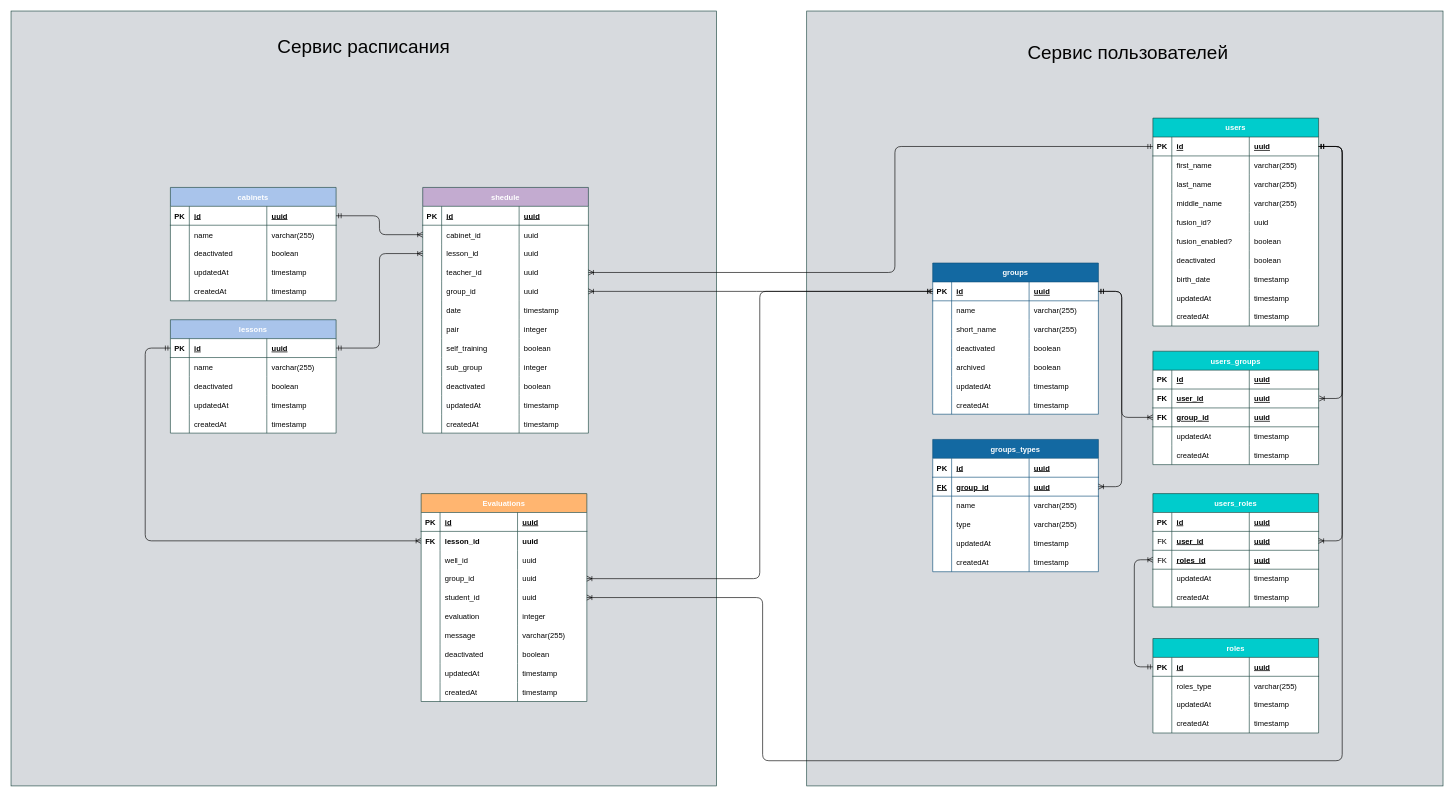
lla1th/personal-account-of-the-educational-institution keeps this draw.io diagram as page "Схема базы данных" (1 of 4) of schema_db_personal_area.drawio. Above is the earlier version. Source tidied: cells renumbered, new cells numbered last; positions are measured from the earlier drawing's top-left corner, leaving out a move shared by most shapes. Both pictures are drawn from the tidied source at 63%, with x=0, y=0 at pixel (11, 11).
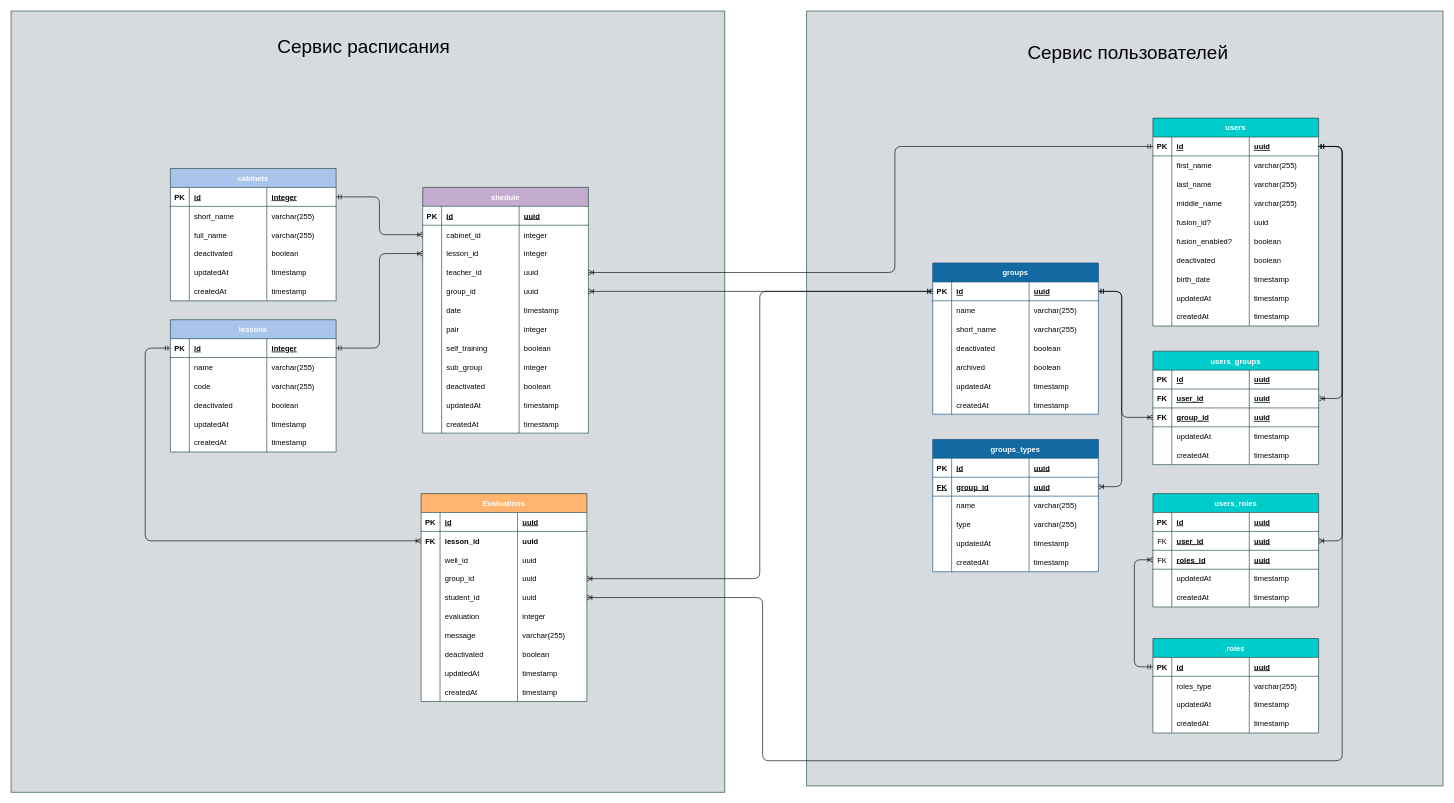
After the change.

Unchanged cells that the change refers to:
```xml
<mxCell id="169" style="shape=partialRectangle;fillColor=none;top=0;left=0;bottom=0;right=0;points=[[0,0.5],[1,0.5]];portConstraint=eastwest;shadow=0;fontColor=#030303;strokeColor=#000000;" parent="164" vertex="1">
  <mxGeometry y="60" width="263" height="30" as="geometry" />
</mxCell>
<mxCell id="173" style="shape=partialRectangle;fillColor=none;top=0;left=0;bottom=0;right=0;points=[[0,0.5],[1,0.5]];portConstraint=eastwest;shadow=0;fontColor=#030303;strokeColor=#000000;" parent="164" vertex="1">
  <mxGeometry y="90" width="263" height="30" as="geometry" />
</mxCell>
<mxCell id="215" style="shape=partialRectangle;fillColor=none;top=0;left=0;bottom=1;right=0;points=[[0,0.5],[1,0.5]];portConstraint=eastwest;shadow=0;fontColor=#030303;strokeColor=#1C4740;" parent="214" vertex="1">
  <mxGeometry y="30" width="263" height="30" as="geometry" />
</mxCell>
<mxCell id="236" style="shape=partialRectangle;fillColor=none;top=0;left=0;bottom=1;right=0;points=[[0,0.5],[1,0.5]];portConstraint=eastwest;shadow=0;fontColor=#030303;strokeColor=#1C4740;" parent="235" vertex="1">
  <mxGeometry y="30" width="263" height="30" as="geometry" />
</mxCell>
<mxCell id="240" style="shape=partialRectangle;fillColor=none;top=0;left=0;bottom=0;right=0;shadow=0;fontColor=#030303;strokeColor=#000000;" parent="235" vertex="1">
  <mxGeometry y="60" width="263" height="30" as="geometry" />
</mxCell>
```

Change to the diagram source:
```diff
@@
     <mxCell id="163" style="rounded=0;whiteSpace=wrap;html=1;strokeColor=#1c4740;fillColor=#D7DADE;glass=0;gradientColor=none;" parent="1" vertex="1">
-      <mxGeometry width="1120" height="1230" as="geometry" />
+      <mxGeometry width="1133" height="1240" as="geometry" />
     </mxCell>
@@
-    <mxCell id="172" value="uuid" style="shape=partialRectangle;fillColor=none;top=0;left=0;bottom=0;right=0;align=left;spacingLeft=6;overflow=hidden;shadow=0;fontColor=#030303;strokeColor=#000000;" parent="169" vertex="1">
+    <mxCell id="172" value="integer" style="shape=partialRectangle;fillColor=none;top=0;left=0;bottom=0;right=0;align=left;spacingLeft=6;overflow=hidden;shadow=0;fontColor=#030303;strokeColor=#000000;" parent="169" vertex="1">
       <mxGeometry x="153" width="110" height="30" as="geometry" />
     </mxCell>
@@
-    <mxCell id="176" value="uuid" style="shape=partialRectangle;fillColor=none;top=0;left=0;bottom=0;right=0;align=left;spacingLeft=6;overflow=hidden;shadow=0;fontColor=#030303;strokeColor=#000000;" parent="173" vertex="1">
+    <mxCell id="176" value="integer" style="shape=partialRectangle;fillColor=none;top=0;left=0;bottom=0;right=0;align=left;spacingLeft=6;overflow=hidden;shadow=0;fontColor=#030303;strokeColor=#000000;" parent="173" vertex="1">
       <mxGeometry x="153" width="110" height="30" as="geometry" />
     </mxCell>
@@
     <mxCell id="214" value="lessons" style="shape=table;startSize=30;childLayout=tableLayout;rowLines=0;fontStyle=1;align=center;shadow=0;fontColor=#ffffff;strokeColor=#1C4740;fillColor=#A9C4EB;swimlaneFillColor=#FFFFFF;" parent="1" vertex="1">
-      <mxGeometry x="253" y="490" width="263" height="180" as="geometry" />
+      <mxGeometry x="253" y="490" width="263" height="210" as="geometry" />
     </mxCell>
@@
-    <mxCell id="218" value="uuid" style="shape=partialRectangle;fillColor=none;top=0;left=0;bottom=0;right=0;align=left;spacingLeft=6;fontStyle=5;overflow=hidden;shadow=0;fontColor=#030303;strokeColor=#000000;" parent="215" vertex="1">
+    <mxCell id="218" value="integer" style="shape=partialRectangle;fillColor=none;top=0;left=0;bottom=0;right=0;align=left;spacingLeft=6;fontStyle=5;overflow=hidden;shadow=0;fontColor=#030303;strokeColor=#000000;" parent="215" vertex="1">
       <mxGeometry x="153" width="110" height="30" as="geometry" />
     </mxCell>
@@
+    <mxCell id="304" style="shape=partialRectangle;fillColor=none;top=0;left=0;bottom=0;right=0;shadow=0;fontColor=#030303;strokeColor=#000000;" parent="214" vertex="1">
+      <mxGeometry y="90" width="263" height="30" as="geometry" />
+    </mxCell>
+    <mxCell id="305" style="shape=partialRectangle;fillColor=none;top=0;left=0;bottom=0;right=0;overflow=hidden;shadow=0;fontColor=#030303;strokeColor=#000000;" parent="304" vertex="1">
+      <mxGeometry width="30" height="30" as="geometry" />
+    </mxCell>
+    <mxCell id="306" value="code" style="shape=partialRectangle;fillColor=none;top=0;left=0;bottom=0;right=0;align=left;spacingLeft=6;overflow=hidden;shadow=0;fontColor=#030303;strokeColor=#000000;" parent="304" vertex="1">
+      <mxGeometry x="30" width="123" height="30" as="geometry" />
+    </mxCell>
+    <mxCell id="307" value="varchar(255)" style="shape=partialRectangle;fillColor=none;top=0;left=0;bottom=0;right=0;align=left;spacingLeft=6;overflow=hidden;shadow=0;fontColor=#030303;strokeColor=#000000;" parent="304" vertex="1">
+      <mxGeometry x="153" width="110" height="30" as="geometry" />
+    </mxCell>
     <mxCell id="223" style="shape=partialRectangle;fillColor=none;top=0;left=0;bottom=0;right=0;shadow=0;fontColor=#030303;strokeColor=#000000;" parent="214" vertex="1">
-      <mxGeometry y="90" width="263" height="30" as="geometry" />
+      <mxGeometry y="120" width="263" height="30" as="geometry" />
     </mxCell>
@@
     <mxCell id="227" style="shape=partialRectangle;fillColor=none;top=0;left=0;bottom=0;right=0;shadow=0;fontColor=#030303;strokeColor=#000000;" parent="214" vertex="1">
-      <mxGeometry y="120" width="263" height="30" as="geometry" />
+      <mxGeometry y="150" width="263" height="30" as="geometry" />
     </mxCell>
@@
     <mxCell id="231" style="shape=partialRectangle;fillColor=none;top=0;left=0;bottom=0;right=0;shadow=0;fontColor=#030303;strokeColor=#000000;" parent="214" vertex="1">
-      <mxGeometry y="150" width="263" height="30" as="geometry" />
+      <mxGeometry y="180" width="263" height="30" as="geometry" />
     </mxCell>
@@
     <mxCell id="235" value="cabinets" style="shape=table;startSize=30;childLayout=tableLayout;rowLines=0;fontStyle=1;align=center;shadow=0;fontColor=#ffffff;strokeColor=#1C4740;fillColor=#A9C4EB;swimlaneFillColor=#FFFFFF;" parent="1" vertex="1">
-      <mxGeometry x="253" y="280" width="263" height="180" as="geometry" />
+      <mxGeometry x="253" y="250" width="263" height="210" as="geometry" />
     </mxCell>
@@
-    <mxCell id="239" value="uuid" style="shape=partialRectangle;fillColor=none;top=0;left=0;bottom=0;right=0;align=left;spacingLeft=6;fontStyle=5;overflow=hidden;shadow=0;fontColor=#030303;strokeColor=#000000;" parent="236" vertex="1">
+    <mxCell id="239" value="integer" style="shape=partialRectangle;fillColor=none;top=0;left=0;bottom=0;right=0;align=left;spacingLeft=6;fontStyle=5;overflow=hidden;shadow=0;fontColor=#030303;strokeColor=#000000;" parent="236" vertex="1">
       <mxGeometry x="153" width="110" height="30" as="geometry" />
     </mxCell>
@@
-    <mxCell id="242" value="name    " style="shape=partialRectangle;fillColor=none;top=0;left=0;bottom=0;right=0;align=left;spacingLeft=6;overflow=hidden;shadow=0;fontColor=#030303;strokeColor=#000000;" parent="240" vertex="1">
+    <mxCell id="242" value="short_name" style="shape=partialRectangle;fillColor=none;top=0;left=0;bottom=0;right=0;align=left;spacingLeft=6;overflow=hidden;shadow=0;fontColor=#030303;strokeColor=#000000;" parent="240" vertex="1">
       <mxGeometry x="30" width="123" height="30" as="geometry" />
     </mxCell>
@@
+    <mxCell id="308" style="shape=partialRectangle;fillColor=none;top=0;left=0;bottom=0;right=0;shadow=0;fontColor=#030303;strokeColor=#000000;" parent="235" vertex="1">
+      <mxGeometry y="90" width="263" height="30" as="geometry" />
+    </mxCell>
+    <mxCell id="309" style="shape=partialRectangle;fillColor=none;top=0;left=0;bottom=0;right=0;overflow=hidden;shadow=0;fontColor=#030303;strokeColor=#000000;" parent="308" vertex="1">
+      <mxGeometry width="30" height="30" as="geometry" />
+    </mxCell>
+    <mxCell id="310" value="full_name" style="shape=partialRectangle;fillColor=none;top=0;left=0;bottom=0;right=0;align=left;spacingLeft=6;overflow=hidden;shadow=0;fontColor=#030303;strokeColor=#000000;" parent="308" vertex="1">
+      <mxGeometry x="30" width="123" height="30" as="geometry" />
+    </mxCell>
+    <mxCell id="311" value="varchar(255)" style="shape=partialRectangle;fillColor=none;top=0;left=0;bottom=0;right=0;align=left;spacingLeft=6;overflow=hidden;shadow=0;fontColor=#030303;strokeColor=#000000;" parent="308" vertex="1">
+      <mxGeometry x="153" width="110" height="30" as="geometry" />
+    </mxCell>
     <mxCell id="244" style="shape=partialRectangle;fillColor=none;top=0;left=0;bottom=0;right=0;shadow=0;fontColor=#030303;strokeColor=#000000;" parent="235" vertex="1">
-      <mxGeometry y="90" width="263" height="30" as="geometry" />
+      <mxGeometry y="120" width="263" height="30" as="geometry" />
     </mxCell>
@@
     <mxCell id="248" style="shape=partialRectangle;fillColor=none;top=0;left=0;bottom=0;right=0;shadow=0;fontColor=#030303;strokeColor=#000000;" parent="235" vertex="1">
-      <mxGeometry y="120" width="263" height="30" as="geometry" />
+      <mxGeometry y="150" width="263" height="30" as="geometry" />
     </mxCell>
@@
     <mxCell id="252" style="shape=partialRectangle;fillColor=none;top=0;left=0;bottom=0;right=0;shadow=0;fontColor=#030303;strokeColor=#000000;" parent="235" vertex="1">
-      <mxGeometry y="150" width="263" height="30" as="geometry" />
+      <mxGeometry y="180" width="263" height="30" as="geometry" />
     </mxCell>
```
